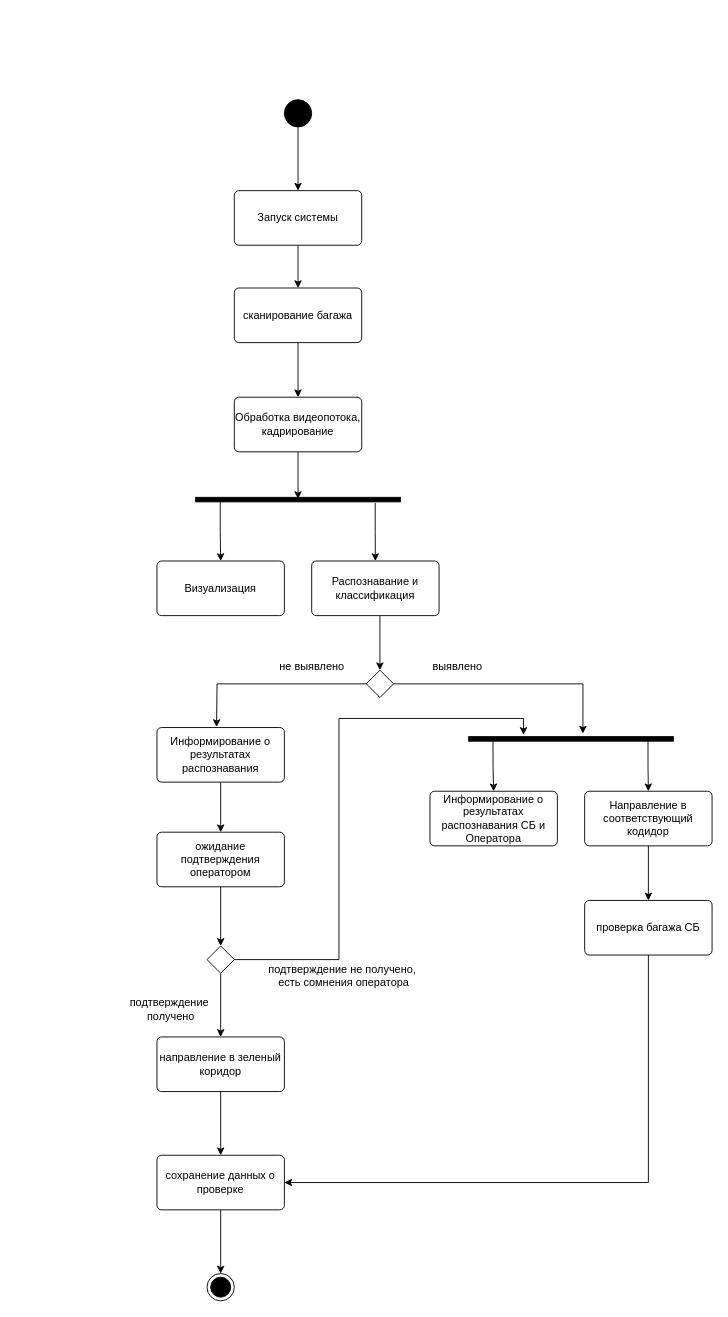
Earlier version of the draw.io diagram page "UML работа системы" (3 of 9) of Диаграммы/UML_диаграммы.drawio (Cepheymusic/System-engineering). Source tidied: cells renumbered, new cells numbered last; positions are measured from the earlier drawing's top-left corner, leaving out a move shared by most shapes. Both pictures are drawn from the tidied source at 91%, with x=0, y=0 at pixel (120, 99).
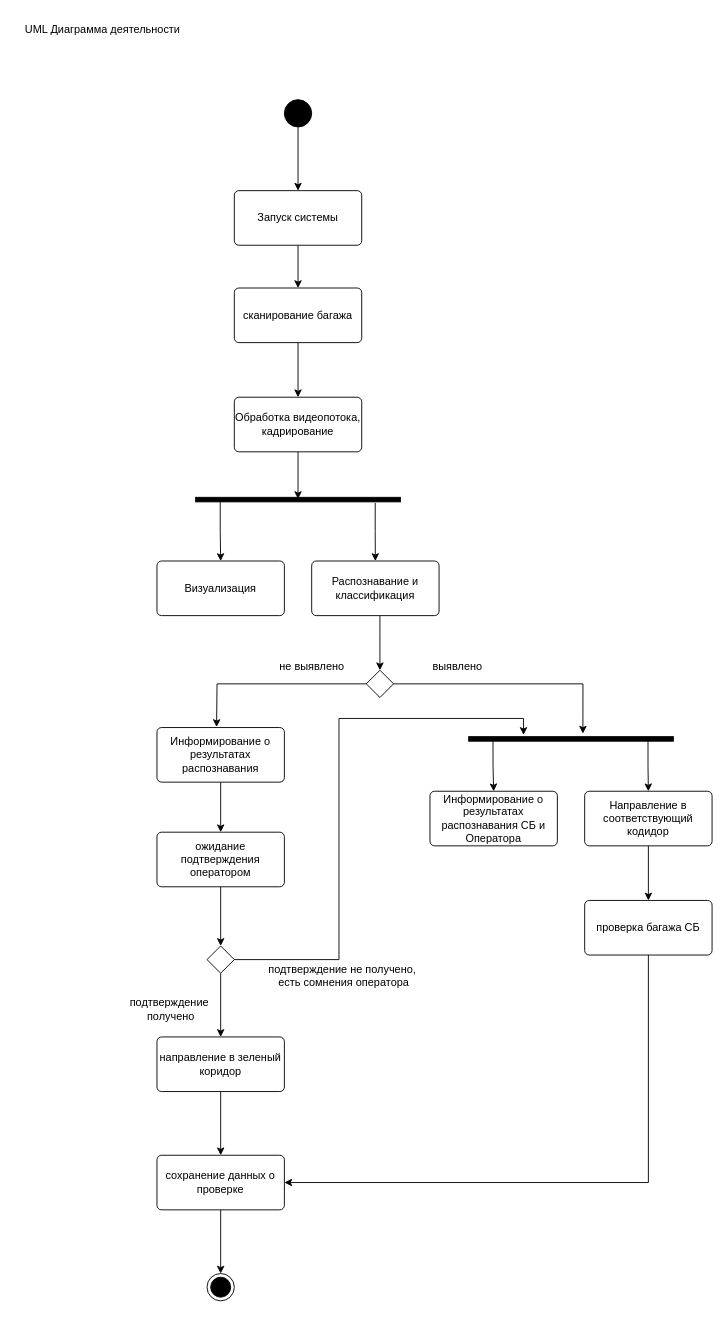
After the change.

Commit message (it also covers changes not shown here):
UML диаграмма преценд Actor - система

Diff of the diagram source:
```diff
@@
+    <mxCell id="44" value="UML Диаграмма деятельности" style="text;html=1;align=center;verticalAlign=middle;strokeColor=none;fillColor=none;" parent="1" vertex="1">
+      <mxGeometry x="-115" y="-92" width="190" height="30" as="geometry" />
+    </mxCell>
```
